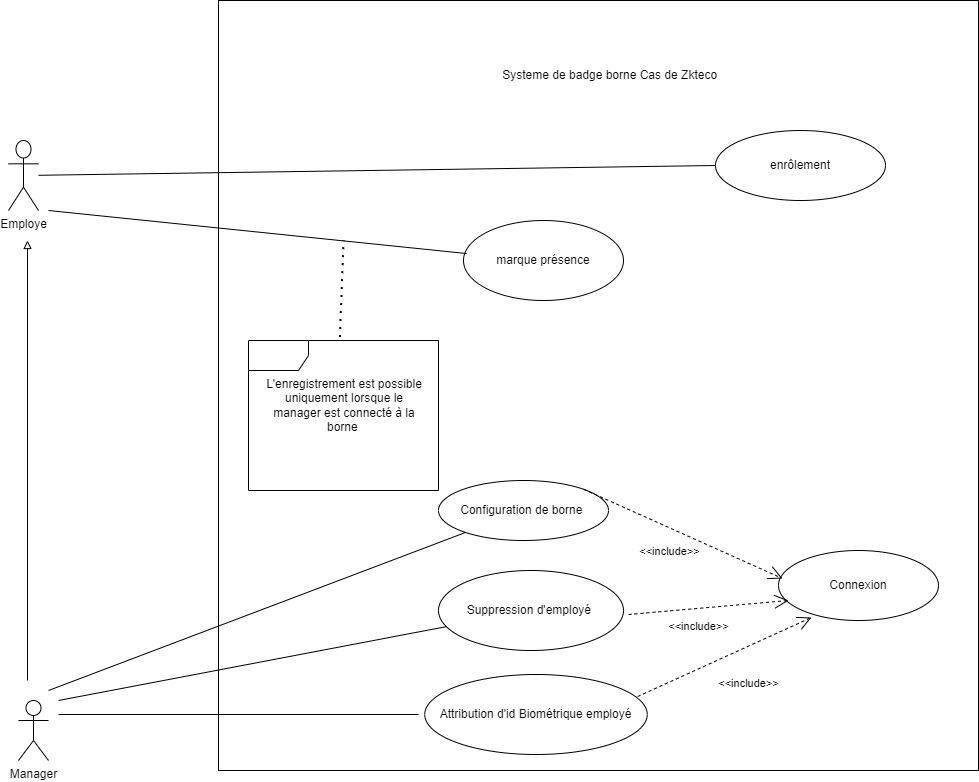
The draw.io diagram static/UsecaseZkteco.drawio.png in Siluearsene/borne_biometrique, before a commit. Source tidied: cells renumbered, new cells last; positions are measured from the earlier drawing's top-left corner, leaving out a move shared by most shapes. The source it was exported from:
```xml
<mxGraphModel>
  <root>
    <mxCell id="0" />
    <mxCell id="1" parent="0" />
    <mxCell id="2" value="Employe" style="shape=umlActor;verticalLabelPosition=bottom;verticalAlign=top;html=1;outlineConnect=0;" parent="1" vertex="1">
      <mxGeometry y="140" width="30" height="70" as="geometry" />
    </mxCell>
    <mxCell id="3" value="Manager" style="shape=umlActor;verticalLabelPosition=bottom;verticalAlign=top;html=1;" parent="1" vertex="1">
      <mxGeometry x="10" y="700" width="30" height="60" as="geometry" />
    </mxCell>
    <mxCell id="4" style="rounded=0;whiteSpace=wrap;html=1;" parent="1" vertex="1">
      <mxGeometry x="210" width="760" height="770" as="geometry" />
    </mxCell>
    <mxCell id="5" value="Systeme de badge borne Cas de Zkteco&amp;nbsp;&amp;nbsp;" style="text;html=1;strokeColor=none;fillColor=none;align=center;verticalAlign=middle;whiteSpace=wrap;rounded=0;" parent="1" vertex="1">
      <mxGeometry x="480" y="60" width="250" height="30" as="geometry" />
    </mxCell>
    <mxCell id="6" style="endArrow=block;html=1;rounded=0;endFill=0;" parent="1" edge="1">
      <mxGeometry relative="1" as="geometry">
        <mxPoint x="19" y="680" as="sourcePoint" />
        <mxPoint x="19" y="240" as="targetPoint" />
      </mxGeometry>
    </mxCell>
    <mxCell id="7" value="Configuration de borne&amp;nbsp;" style="ellipse;whiteSpace=wrap;html=1;" parent="1" vertex="1">
      <mxGeometry x="430" y="480" width="170" height="60" as="geometry" />
    </mxCell>
    <mxCell id="8" value="Attribution d'id Biométrique employé" style="ellipse;whiteSpace=wrap;html=1;" parent="1" vertex="1">
      <mxGeometry x="416.2" y="674" width="222.5" height="80" as="geometry" />
    </mxCell>
    <mxCell id="9" value="marque présence" style="ellipse;whiteSpace=wrap;html=1;" parent="1" vertex="1">
      <mxGeometry x="455" y="220" width="160" height="80" as="geometry" />
    </mxCell>
    <mxCell id="10" value="Connexion" style="ellipse;whiteSpace=wrap;html=1;" parent="1" vertex="1">
      <mxGeometry x="770" y="550" width="160" height="70" as="geometry" />
    </mxCell>
    <mxCell id="11" style="endArrow=open;endFill=1;endSize=12;html=1;rounded=0;exitX=0.957;exitY=0.275;exitDx=0;exitDy=0;exitPerimeter=0;entryX=0.206;entryY=0.957;entryDx=0;entryDy=0;entryPerimeter=0;dashed=1;" parent="1" edge="1" source="8" target="10">
      <mxGeometry relative="1" as="geometry" />
    </mxCell>
    <mxCell id="12" value="&amp;lt;&amp;lt;include&amp;gt;&amp;gt;" style="edgeLabel;html=1;align=center;verticalAlign=middle;" parent="11" vertex="1">
      <mxGeometry x="-0.06" y="1" relative="1" as="geometry">
        <mxPoint x="29" y="25" as="offset" />
      </mxGeometry>
    </mxCell>
    <mxCell id="13" style="line;strokeWidth=1;fillColor=none;align=left;verticalAlign=middle;spacingTop=-1;spacingLeft=3;spacingRight=3;labelPosition=right;strokeColor=inherit;" parent="1" vertex="1">
      <mxGeometry x="50" y="710" width="360" height="8" as="geometry" />
    </mxCell>
    <mxCell id="14" style="endArrow=none;html=1;rounded=0;" parent="1" edge="1" target="7">
      <mxGeometry relative="1" as="geometry">
        <mxPoint x="40" y="690" as="sourcePoint" />
      </mxGeometry>
    </mxCell>
    <mxCell id="15" style="shape=umlFrame;whiteSpace=wrap;html=1;" parent="1" vertex="1">
      <mxGeometry x="240" y="340" width="190" height="150" as="geometry" />
    </mxCell>
    <mxCell id="16" style="endArrow=none;dashed=1;html=1;dashPattern=1 3;strokeWidth=2;rounded=0;exitX=0.481;exitY=-0.023;exitDx=0;exitDy=0;exitPerimeter=0;" parent="1" edge="1" source="15">
      <mxGeometry relative="1" as="geometry">
        <mxPoint x="335" y="240" as="targetPoint" />
      </mxGeometry>
    </mxCell>
    <mxCell id="17" value="L'enregistrement est possible uniquement lorsque le manager est connecté à la borne&amp;nbsp;" style="text;html=1;strokeColor=none;fillColor=none;align=center;verticalAlign=middle;whiteSpace=wrap;rounded=0;" parent="1" vertex="1">
      <mxGeometry x="256.2" y="350" width="160" height="110" as="geometry" />
    </mxCell>
    <mxCell id="18" style="endArrow=open;endFill=1;endSize=12;html=1;rounded=0;exitX=1;exitY=0;exitDx=0;exitDy=0;entryX=0.025;entryY=0.4;entryDx=0;entryDy=0;entryPerimeter=0;dashed=1;" parent="1" edge="1" source="7" target="10">
      <mxGeometry relative="1" as="geometry" />
    </mxCell>
    <mxCell id="19" value="&amp;lt;&amp;lt;include&amp;gt;&amp;gt;" style="edgeLabel;html=1;align=center;verticalAlign=middle;" parent="18" vertex="1">
      <mxGeometry x="-0.06" y="1" relative="1" as="geometry">
        <mxPoint x="-9" y="20" as="offset" />
      </mxGeometry>
    </mxCell>
    <mxCell id="20" value="Suppression d'employé&amp;nbsp;" style="ellipse;whiteSpace=wrap;html=1;" parent="1" vertex="1">
      <mxGeometry x="430" y="570" width="185" height="80" as="geometry" />
    </mxCell>
    <mxCell id="21" style="endArrow=none;html=1;rounded=0;" parent="1" edge="1" target="20">
      <mxGeometry relative="1" as="geometry">
        <mxPoint x="50" y="700" as="sourcePoint" />
      </mxGeometry>
    </mxCell>
    <mxCell id="22" style="endArrow=open;endFill=1;endSize=12;html=1;rounded=0;exitX=0.957;exitY=0.275;exitDx=0;exitDy=0;exitPerimeter=0;entryX=0;entryY=0.643;entryDx=0;entryDy=0;entryPerimeter=0;dashed=1;" parent="1" edge="1">
      <mxGeometry relative="1" as="geometry">
        <mxPoint x="620" y="614" as="sourcePoint" />
        <mxPoint x="780" y="600" as="targetPoint" />
      </mxGeometry>
    </mxCell>
    <mxCell id="23" value="&amp;lt;&amp;lt;include&amp;gt;&amp;gt;" style="edgeLabel;html=1;align=center;verticalAlign=middle;" parent="22" vertex="1">
      <mxGeometry x="-0.06" y="1" relative="1" as="geometry">
        <mxPoint x="-6" y="19" as="offset" />
      </mxGeometry>
    </mxCell>
    <mxCell id="24" value="enrôlement" style="ellipse;whiteSpace=wrap;html=1;" parent="1" vertex="1">
      <mxGeometry x="707" y="130" width="170" height="70" as="geometry" />
    </mxCell>
    <mxCell id="25" style="endArrow=none;html=1;rounded=0;entryX=0;entryY=0.5;entryDx=0;entryDy=0;" parent="1" edge="1" source="2" target="24">
      <mxGeometry relative="1" as="geometry" />
    </mxCell>
    <mxCell id="26" style="endArrow=none;html=1;rounded=0;entryX=0.019;entryY=0.413;entryDx=0;entryDy=0;entryPerimeter=0;" parent="1" edge="1" target="9">
      <mxGeometry relative="1" as="geometry">
        <mxPoint x="40" y="210" as="sourcePoint" />
      </mxGeometry>
    </mxCell>
  </root>
</mxGraphModel>
```
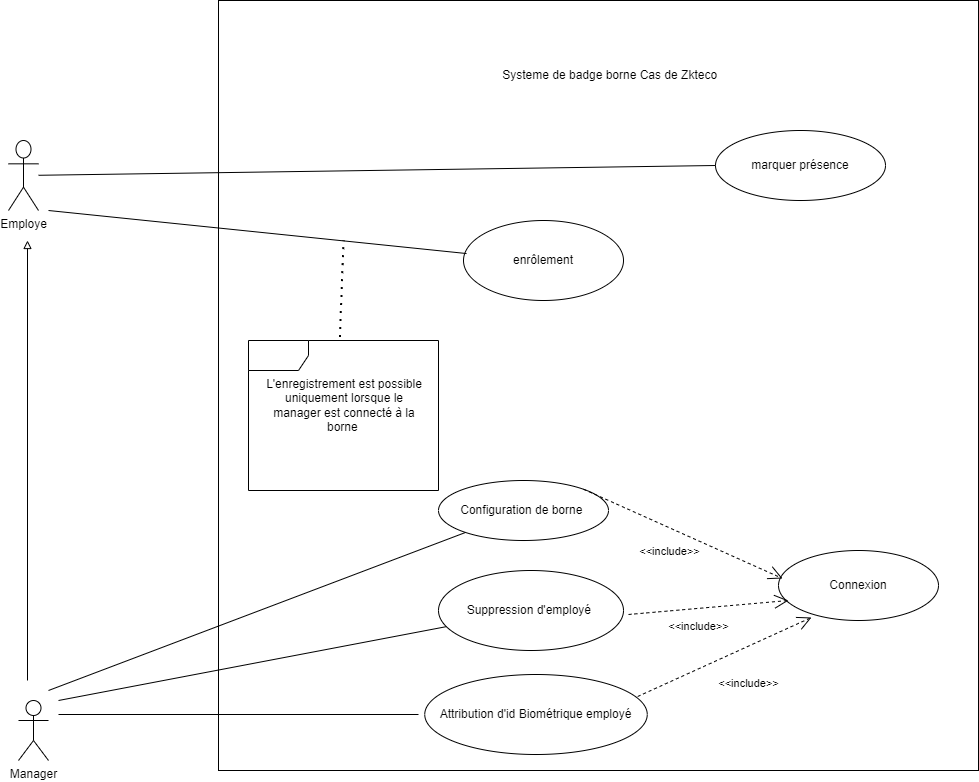
Above is the later version.

Commit message:
Mettre à jour UsecaseZkteco.drawio.png

Change to the diagram source:
```diff
@@ -26,7 +26,7 @@
     <mxCell id="8" value="Attribution d'id Biométrique employé" style="ellipse;whiteSpace=wrap;html=1;" parent="1" vertex="1">
       <mxGeometry x="416.2" y="674" width="222.5" height="80" as="geometry" />
     </mxCell>
-    <mxCell id="9" value="marque présence" style="ellipse;whiteSpace=wrap;html=1;" parent="1" vertex="1">
+    <mxCell id="9" value="enrôlement" style="ellipse;whiteSpace=wrap;html=1;" parent="1" vertex="1">
       <mxGeometry x="455" y="220" width="160" height="80" as="geometry" />
     </mxCell>
     <mxCell id="10" value="Connexion" style="ellipse;whiteSpace=wrap;html=1;" parent="1" vertex="1">
@@ -86,7 +86,7 @@
         <mxPoint x="-6" y="19" as="offset" />
       </mxGeometry>
     </mxCell>
-    <mxCell id="24" value="enrôlement" style="ellipse;whiteSpace=wrap;html=1;" parent="1" vertex="1">
+    <mxCell id="24" value="marquer présence" style="ellipse;whiteSpace=wrap;html=1;" parent="1" vertex="1">
       <mxGeometry x="707" y="130" width="170" height="70" as="geometry" />
     </mxCell>
     <mxCell id="25" style="endArrow=none;html=1;rounded=0;entryX=0;entryY=0.5;entryDx=0;entryDy=0;" parent="1" edge="1" source="2" target="24">
```
